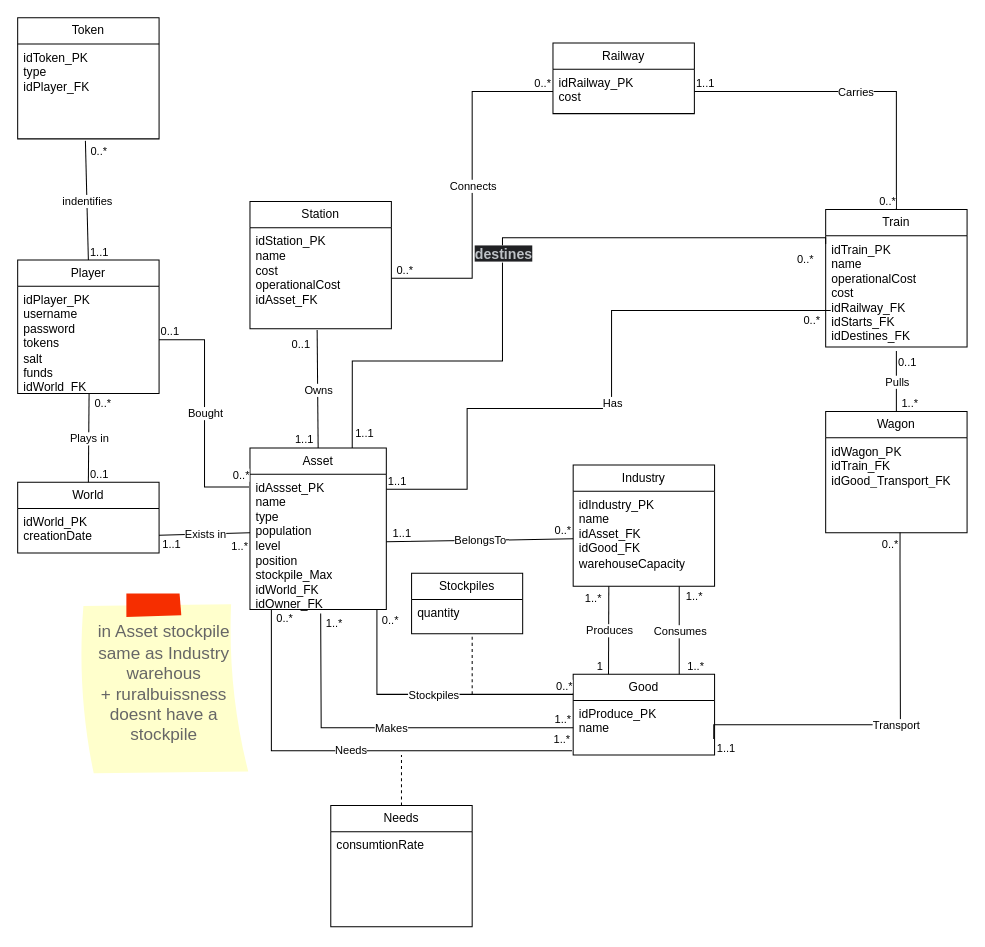
Earlier version of the draw.io diagram BASDO/RailwayImperium.drawio (Finiferp/Railway). Source tidied: cells renumbered, new cells numbered last; positions are measured from the earlier drawing's top-left corner, leaving out a move shared by most shapes. Both pictures are drawn from the tidied source at 101%, with x=0, y=0 at pixel (17, 17).
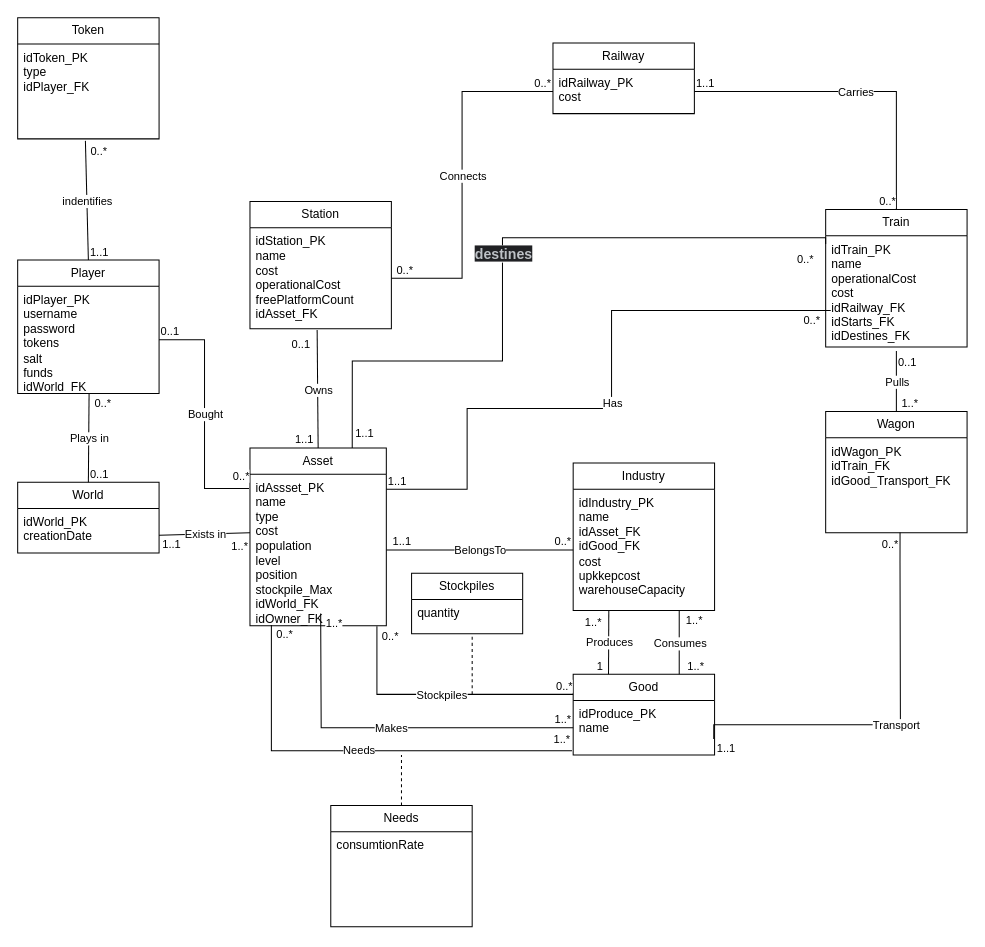
After the change.

Unchanged cells that the change refers to:
```xml
<mxCell id="5" value="idRailway_PK&lt;br&gt;cost" style="text;strokeColor=none;fillColor=none;align=left;verticalAlign=top;spacingLeft=4;spacingRight=4;overflow=hidden;points=[[0,0.5],[1,0.5]];portConstraint=eastwest;whiteSpace=wrap;html=1;" parent="4" vertex="1">
  <mxGeometry y="26" width="140" height="44" as="geometry" />
</mxCell>
<mxCell id="6" value="Station" style="swimlane;fontStyle=0;horizontal=1;startSize=26;fillColor=none;whiteSpace=wrap;html=1;" parent="1" vertex="1">
  <mxGeometry x="230" y="182" width="140" height="126" as="geometry" />
</mxCell>
```

What changed in the source:
```diff
@@
     <mxCell id="2" value="Industry" style="swimlane;fontStyle=0;horizontal=1;startSize=26;fillColor=none;whiteSpace=wrap;html=1;" parent="1" vertex="1">
-      <mxGeometry x="550" y="443" width="140" height="120" as="geometry" />
+      <mxGeometry x="550" y="441" width="140" height="146" as="geometry" />
     </mxCell>
-    <mxCell id="3" value="idIndustry_PK&lt;br&gt;name&lt;br&gt;idAsset_FK&lt;br&gt;idGood_FK&lt;br&gt;warehouseCapacity" style="text;strokeColor=none;fillColor=none;align=left;verticalAlign=top;spacingLeft=4;spacingRight=4;overflow=hidden;points=[[0,0.5],[1,0.5]];portConstraint=eastwest;whiteSpace=wrap;html=1;" parent="2" vertex="1">
-      <mxGeometry y="26" width="140" height="94" as="geometry" />
+    <mxCell id="3" value="idIndustry_PK&lt;br&gt;name&lt;br&gt;idAsset_FK&lt;br&gt;idGood_FK&lt;br&gt;cost&lt;br&gt;upkkepcost&lt;br&gt;warehouseCapacity" style="text;strokeColor=none;fillColor=none;align=left;verticalAlign=top;spacingLeft=4;spacingRight=4;overflow=hidden;points=[[0,0.5],[1,0.5]];portConstraint=eastwest;whiteSpace=wrap;html=1;" parent="2" vertex="1">
+      <mxGeometry y="26" width="140" height="120" as="geometry" />
     </mxCell>
@@
-    <mxCell id="7" value="idStation_PK&lt;br&gt;name&lt;br&gt;cost&lt;br&gt;operationalCost&lt;br&gt;idAsset_FK" style="text;strokeColor=none;fillColor=none;align=left;verticalAlign=top;spacingLeft=4;spacingRight=4;overflow=hidden;points=[[0,0.5],[1,0.5]];portConstraint=eastwest;whiteSpace=wrap;html=1;" parent="6" vertex="1">
+    <mxCell id="7" value="idStation_PK&lt;br&gt;name&lt;br&gt;cost&lt;br&gt;operationalCost&lt;br&gt;freePlatformCount&lt;br&gt;idAsset_FK" style="text;strokeColor=none;fillColor=none;align=left;verticalAlign=top;spacingLeft=4;spacingRight=4;overflow=hidden;points=[[0,0.5],[1,0.5]];portConstraint=eastwest;whiteSpace=wrap;html=1;" parent="6" vertex="1">
       <mxGeometry y="26" width="140" height="100" as="geometry" />
     </mxCell>
@@
     <mxCell id="44" style="endArrow=none;html=1;rounded=0;endFill=0;entryX=1;entryY=0.5;entryDx=0;entryDy=0;exitX=0;exitY=0.5;exitDx=0;exitDy=0;edgeStyle=orthogonalEdgeStyle;" parent="1" edge="1" source="5" target="7">
-      <mxGeometry relative="1" as="geometry" />
+      <mxGeometry relative="1" as="geometry">
+        <Array as="points">
+          <mxPoint x="440" y="73" />
+          <mxPoint x="440" y="258" />
+        </Array>
+      </mxGeometry>
     </mxCell>
@@
     <mxCell id="48" value="Asset" style="swimlane;fontStyle=0;horizontal=1;startSize=26;fillColor=none;whiteSpace=wrap;html=1;" parent="1" vertex="1">
-      <mxGeometry x="230" y="426" width="135" height="160" as="geometry" />
+      <mxGeometry x="230" y="426" width="135" height="176" as="geometry" />
     </mxCell>
-    <mxCell id="49" value="idAssset_PK&lt;br&gt;name&lt;br&gt;type&lt;br&gt;population&lt;br&gt;level&lt;br&gt;position&lt;br&gt;stockpile_Max&lt;br&gt;idWorld_FK&lt;br&gt;idOwner_FK" style="text;strokeColor=none;fillColor=none;align=left;verticalAlign=top;spacingLeft=4;spacingRight=4;overflow=hidden;points=[[0,0.5],[1,0.5]];portConstraint=eastwest;whiteSpace=wrap;html=1;" parent="48" vertex="1">
-      <mxGeometry y="26" width="135" height="134" as="geometry" />
+    <mxCell id="49" value="idAssset_PK&lt;br&gt;name&lt;br&gt;type&lt;br&gt;cost&lt;br&gt;population&lt;br&gt;level&lt;br&gt;position&lt;br&gt;stockpile_Max&lt;br&gt;idWorld_FK&lt;br&gt;idOwner_FK" style="text;strokeColor=none;fillColor=none;align=left;verticalAlign=top;spacingLeft=4;spacingRight=4;overflow=hidden;points=[[0,0.5],[1,0.5]];portConstraint=eastwest;whiteSpace=wrap;html=1;" parent="48" vertex="1">
+      <mxGeometry y="26" width="135" height="150" as="geometry" />
     </mxCell>
@@
-    <mxCell id="62" value="in Asset stockpile same as Industry warehous&lt;br&gt;+ ruralbuissness doesnt have a stockpile" style="strokeWidth=1;shadow=0;dashed=0;align=center;html=1;shape=mxgraph.mockup.text.stickyNote2;fontColor=#666666;mainText=;fontSize=17;whiteSpace=wrap;fillColor=#ffffcc;strokeColor=#F62E00;" parent="1" vertex="1">
-      <mxGeometry x="60" y="570" width="170" height="180" as="geometry" />
-    </mxCell>
```
